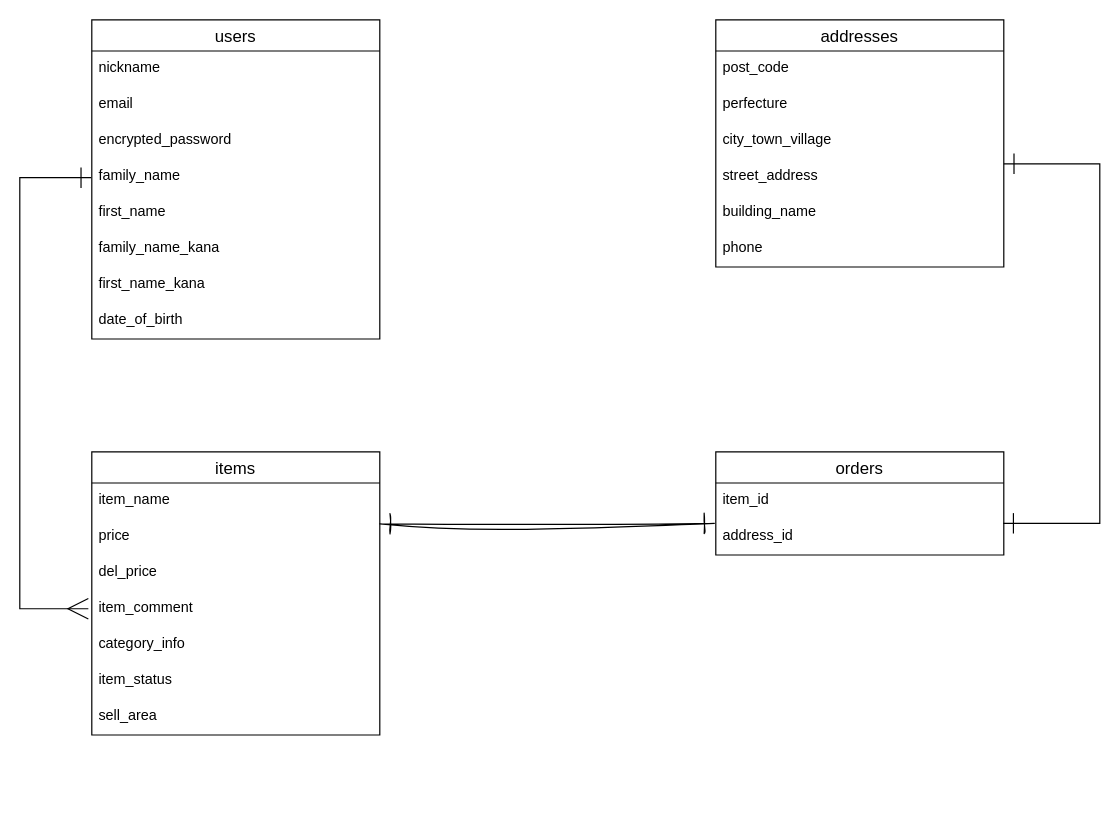
Above: furima-39706.dio in e-t-21/furima-39706 (draw.io), before the change. Source tidied: cells renumbered, new cells numbered last; positions are measured from the earlier drawing's top-left corner, leaving out a move shared by most shapes. Both pictures are drawn from the tidied source at 120%, with x=0, y=0 at pixel (19, 19).
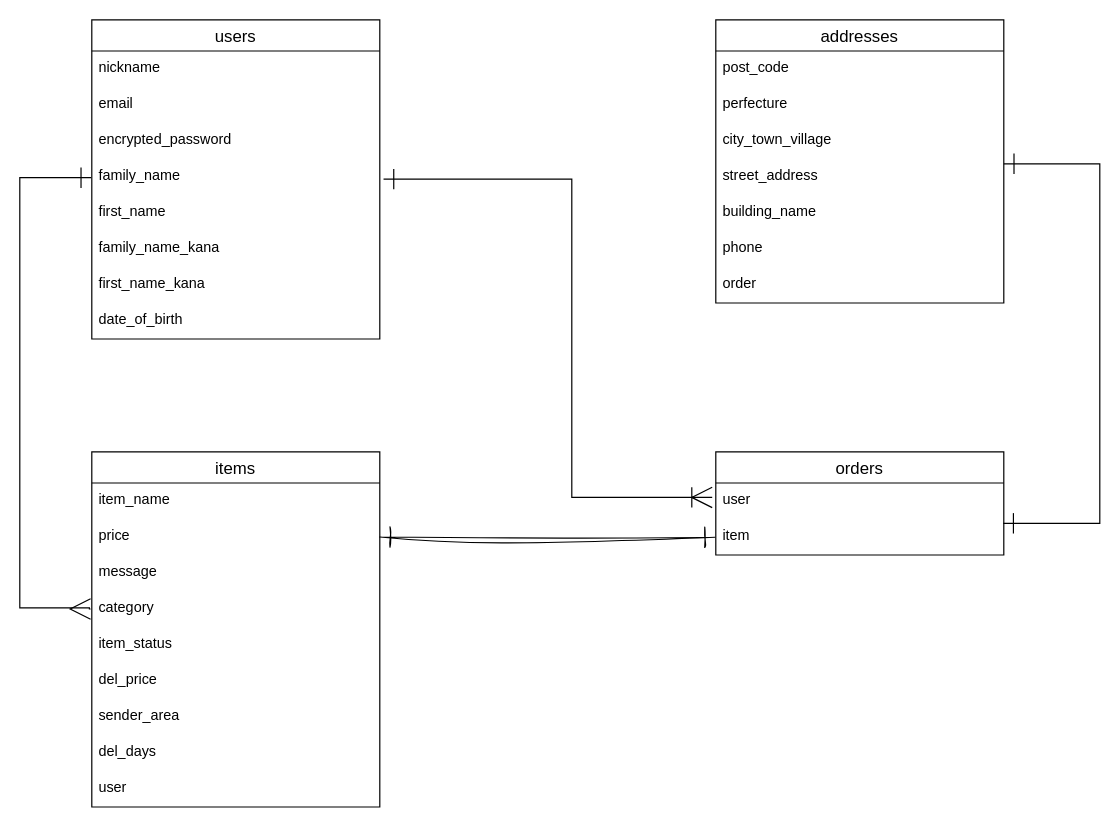
After the change.

Unchanged cells that the change refers to:
```xml
<mxCell id="6" value="family_name" style="text;strokeColor=none;fillColor=none;spacingLeft=4;spacingRight=4;overflow=hidden;points=[[0,0.5],[1,0.5]];portConstraint=eastwest;fontSize=12;" parent="2" vertex="1">
  <mxGeometry y="116" width="240" height="30" as="geometry" />
</mxCell>
<mxCell id="26" value="orders" style="swimlane;fontStyle=0;horizontal=1;startSize=26;align=center;fontSize=14;" parent="1" vertex="1">
  <mxGeometry x="580" y="360" width="240" height="86" as="geometry" />
</mxCell>
```

What changed in the source:
```diff
@@
     <mxCell id="11" value="items" style="swimlane;fontStyle=0;horizontal=1;startSize=26;align=center;fontSize=14;" parent="1" vertex="1">
-      <mxGeometry x="60" y="360" width="240" height="236" as="geometry" />
+      <mxGeometry x="60" y="360" width="240" height="296" as="geometry" />
     </mxCell>
@@
+    <mxCell id="16" value="message" style="text;strokeColor=none;fillColor=none;spacingLeft=4;spacingRight=4;overflow=hidden;fontSize=12;" parent="11" vertex="1">
+      <mxGeometry y="86" width="240" height="30" as="geometry" />
+    </mxCell>
+    <mxCell id="32" value="category" style="text;strokeColor=none;fillColor=none;spacingLeft=4;spacingRight=4;overflow=hidden;points=[[0,0.5],[1,0.5]];portConstraint=eastwest;fontSize=12;" parent="11" vertex="1">
+      <mxGeometry y="116" width="240" height="30" as="geometry" />
+    </mxCell>
+    <mxCell id="17" value="item_status" style="text;strokeColor=none;fillColor=none;spacingLeft=4;spacingRight=4;overflow=hidden;fontSize=12;" parent="11" vertex="1">
+      <mxGeometry y="146" width="240" height="30" as="geometry" />
+    </mxCell>
     <mxCell id="14" value="del_price" style="text;strokeColor=none;fillColor=none;spacingLeft=4;spacingRight=4;overflow=hidden;fontSize=12;" parent="11" vertex="1">
-      <mxGeometry y="86" width="240" height="30" as="geometry" />
+      <mxGeometry y="176" width="240" height="30" as="geometry" />
     </mxCell>
+    <mxCell id="18" value="sender_area" style="text;strokeColor=none;fillColor=none;spacingLeft=4;spacingRight=4;overflow=hidden;fontSize=12;" parent="11" vertex="1">
+      <mxGeometry y="206" width="240" height="30" as="geometry" />
+    </mxCell>
-    <mxCell id="15" value="item_comment" style="text;strokeColor=none;fillColor=none;spacingLeft=4;spacingRight=4;overflow=hidden;points=[[0,0.5],[1,0.5]];portConstraint=eastwest;fontSize=12;" parent="11" vertex="1">
-      <mxGeometry y="116" width="240" height="30" as="geometry" />
+    <mxCell id="15" value="del_days" style="text;strokeColor=none;fillColor=none;spacingLeft=4;spacingRight=4;overflow=hidden;points=[[0,0.5],[1,0.5]];portConstraint=eastwest;fontSize=12;" parent="11" vertex="1">
+      <mxGeometry y="236" width="240" height="30" as="geometry" />
     </mxCell>
-    <mxCell id="16" value="category_info" style="text;strokeColor=none;fillColor=none;spacingLeft=4;spacingRight=4;overflow=hidden;fontSize=12;" parent="11" vertex="1">
-      <mxGeometry y="146" width="240" height="30" as="geometry" />
-    </mxCell>
-    <mxCell id="17" value="item_status" style="text;strokeColor=none;fillColor=none;spacingLeft=4;spacingRight=4;overflow=hidden;fontSize=12;" parent="11" vertex="1">
-      <mxGeometry y="176" width="240" height="30" as="geometry" />
-    </mxCell>
-    <mxCell id="18" value="sell_area" style="text;strokeColor=none;fillColor=none;spacingLeft=4;spacingRight=4;overflow=hidden;fontSize=12;" parent="11" vertex="1">
-      <mxGeometry y="206" width="240" height="30" as="geometry" />
-    </mxCell>
+    <mxCell id="33" value="user" style="text;strokeColor=none;fillColor=none;spacingLeft=4;spacingRight=4;overflow=hidden;fontSize=12;" parent="11" vertex="1">
+      <mxGeometry y="266" width="240" height="30" as="geometry" />
+    </mxCell>
     <mxCell id="19" value="addresses" style="swimlane;fontStyle=0;horizontal=1;startSize=26;align=center;fontSize=14;" parent="1" vertex="1">
-      <mxGeometry x="580" width="240" height="206" as="geometry" />
+      <mxGeometry x="580" width="240" height="236" as="geometry" />
     </mxCell>
@@
+    <mxCell id="34" value="order" style="text;strokeColor=none;fillColor=none;spacingLeft=4;spacingRight=4;overflow=hidden;fontSize=12;" parent="19" vertex="1">
+      <mxGeometry y="206" width="240" height="30" as="geometry" />
+    </mxCell>
@@
-    <mxCell id="27" value="item_id" style="text;strokeColor=none;fillColor=none;spacingLeft=4;spacingRight=4;overflow=hidden;points=[[0,0.5],[1,0.5]];portConstraint=eastwest;fontSize=12;" parent="26" vertex="1">
+    <mxCell id="27" value="user" style="text;strokeColor=none;fillColor=none;spacingLeft=4;spacingRight=4;overflow=hidden;points=[[0,0.5],[1,0.5]];portConstraint=eastwest;fontSize=12;" parent="26" vertex="1">
       <mxGeometry y="26" width="240" height="30" as="geometry" />
     </mxCell>
-    <mxCell id="28" value="address_id" style="text;strokeColor=none;fillColor=none;spacingLeft=4;spacingRight=4;overflow=hidden;points=[[0,0.5],[1,0.5]];portConstraint=eastwest;fontSize=12;" parent="26" vertex="1">
+    <mxCell id="28" value="item" style="text;strokeColor=none;fillColor=none;spacingLeft=4;spacingRight=4;overflow=hidden;points=[[0,0.5],[1,0.5]];portConstraint=eastwest;fontSize=12;" parent="26" vertex="1">
       <mxGeometry y="56" width="240" height="30" as="geometry" />
     </mxCell>
@@
-    <mxCell id="30" style="endArrow=ERmany;html=1;rounded=0;strokeWidth=1;startSize=15;endSize=15;sourcePerimeterSpacing=0;targetPerimeterSpacing=1;exitX=-0.002;exitY=0.52;exitDx=0;exitDy=0;exitPerimeter=0;edgeStyle=orthogonalEdgeStyle;endFill=0;startArrow=ERone;startFill=0;entryX=-0.012;entryY=0.493;entryDx=0;entryDy=0;entryPerimeter=0;" parent="1" edge="1" source="6" target="15">
+    <mxCell id="30" style="endArrow=ERmany;html=1;rounded=0;strokeWidth=1;startSize=15;endSize=15;sourcePerimeterSpacing=0;targetPerimeterSpacing=1;exitX=-0.002;exitY=0.52;exitDx=0;exitDy=0;exitPerimeter=0;edgeStyle=orthogonalEdgeStyle;endFill=0;startArrow=ERone;startFill=0;" parent="1" edge="1" source="6" target="32">
       <mxGeometry relative="1" as="geometry">
         <Array as="points">
           <mxPoint y="132" />
-          <mxPoint y="491" />
+          <mxPoint y="490" />
+          <mxPoint x="58" y="490" />
+          <mxPoint x="58" y="491" />
         </Array>
       </mxGeometry>
     </mxCell>
-    <mxCell id="31" style="endArrow=ERone;html=1;rounded=0;sketch=1;hachureGap=4;jiggle=2;curveFitting=1;fontFamily=Architects Daughter;fontSize=16;startSize=15;endSize=15;startArrow=ERone;startFill=0;endFill=0;entryX=-0.005;entryY=0.12;entryDx=0;entryDy=0;entryPerimeter=0;" parent="1" edge="1" target="28">
+    <mxCell id="31" style="endArrow=ERone;html=1;rounded=0;sketch=1;hachureGap=4;jiggle=2;curveFitting=1;fontFamily=Architects Daughter;fontSize=16;startSize=15;endSize=15;startArrow=ERone;startFill=0;endFill=0;entryX=-0.003;entryY=0.507;entryDx=0;entryDy=0;entryPerimeter=0;" parent="1" edge="1" target="28">
       <mxGeometry relative="1" as="geometry">
-        <mxPoint x="300" y="420" as="sourcePoint" />
+        <mxPoint x="300" y="431" as="sourcePoint" />
       </mxGeometry>
     </mxCell>
+    <mxCell id="35" style="endArrow=ERoneToMany;html=1;rounded=0;strokeWidth=1;startSize=15;endSize=15;sourcePerimeterSpacing=0;targetPerimeterSpacing=1;edgeStyle=orthogonalEdgeStyle;startArrow=ERone;startFill=0;endFill=0;exitX=1.013;exitY=0.56;exitDx=0;exitDy=0;exitPerimeter=0;" parent="1" edge="1" source="6">
+      <mxGeometry relative="1" as="geometry">
+        <mxPoint x="577" y="398" as="targetPoint" />
+        <Array as="points">
+          <mxPoint x="460" y="133" />
+          <mxPoint x="460" y="398" />
+        </Array>
+      </mxGeometry>
+    </mxCell>
```
